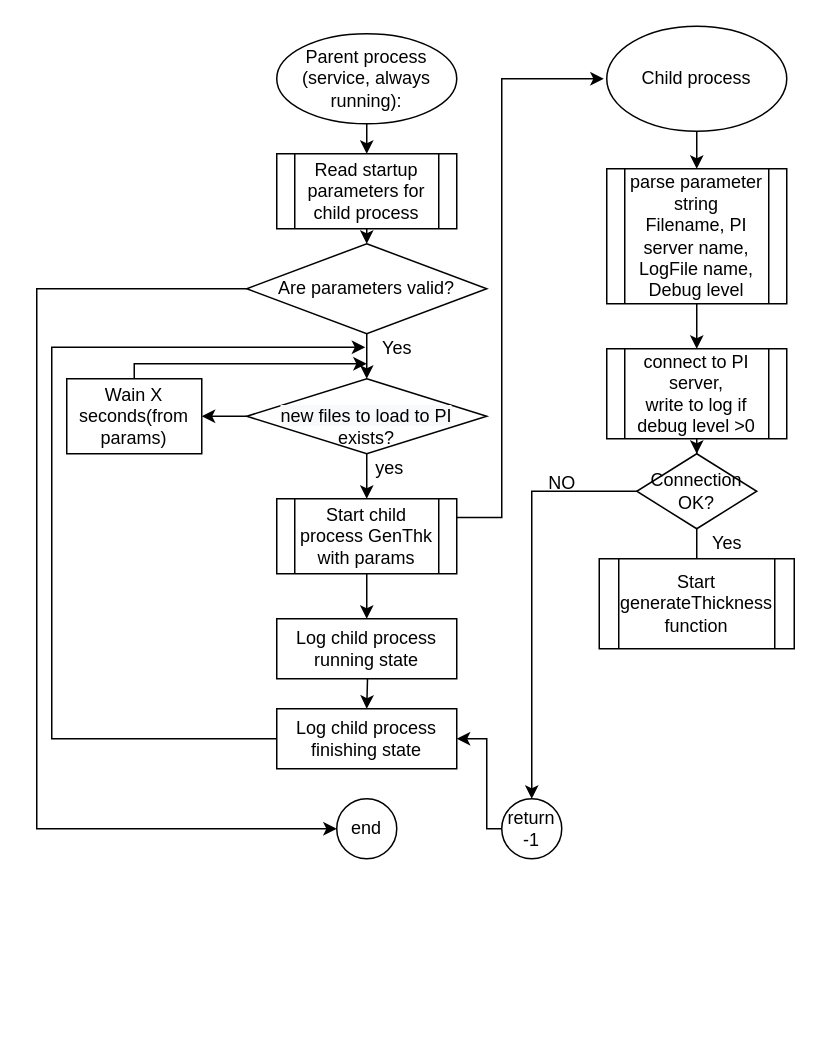
megavad/Diagrams keeps this draw.io diagram as page "Algo" (2 of 2) of GenThk.drawio. Above is the earlier version. Source tidied: cells renumbered, new cells numbered last; positions are measured from the earlier drawing's top-left corner, leaving out a move shared by most shapes. Both pictures are drawn from the tidied source at 150%, with x=0, y=0 at pixel (36, 26).
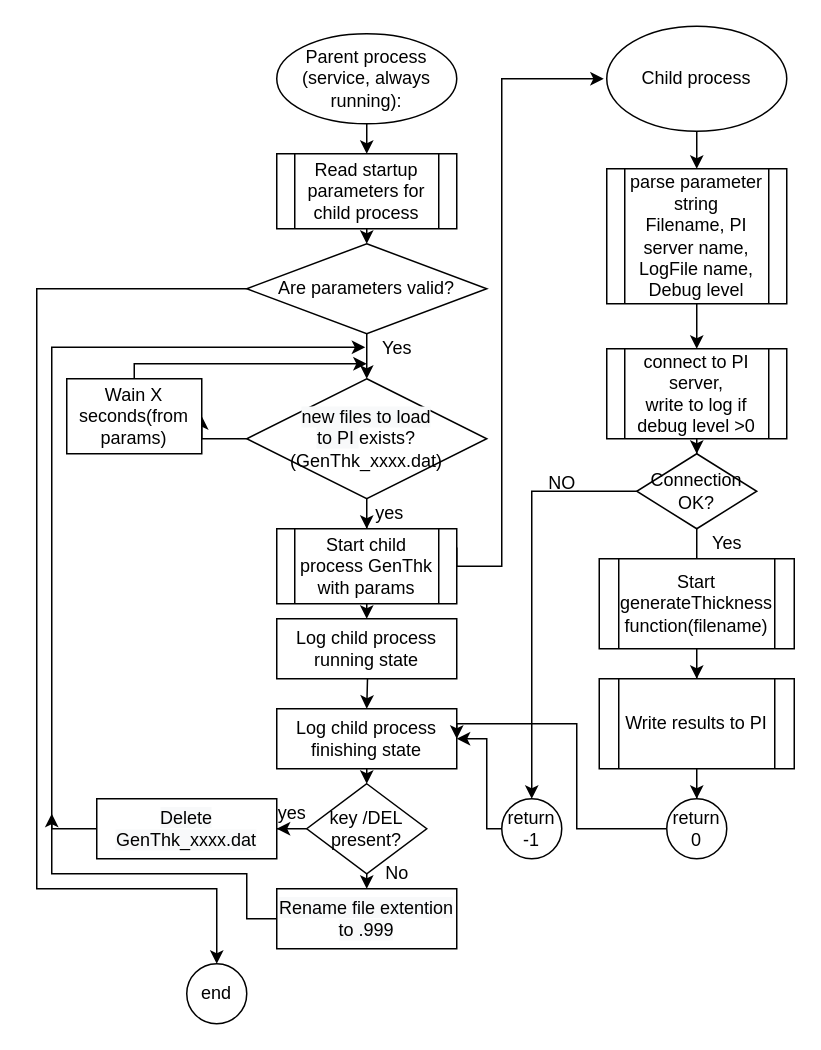
The same page after the edit.

The change refers to these unchanged cells:
```xml
<mxCell id="14" value="&lt;span&gt;Log child process finishing state&lt;/span&gt;" style="rounded=0;whiteSpace=wrap;html=1;" parent="1" vertex="1">
  <mxGeometry x="160" y="455" width="120" height="40" as="geometry" />
</mxCell>
<mxCell id="26" value="&lt;span&gt;Are parameters valid?&lt;/span&gt;" style="rhombus;whiteSpace=wrap;html=1;" parent="1" vertex="1">
  <mxGeometry x="140" y="145" width="160" height="60" as="geometry" />
</mxCell>
<mxCell id="27" value="Yes" style="text;html=1;align=center;verticalAlign=middle;points=[];strokeColor=none;" parent="1" vertex="1">
  <mxGeometry x="220" y="205" width="40" height="20" as="geometry" />
</mxCell>
```

Diff of the diagram source:
```diff
@@
     <mxCell id="8" style="edgeStyle=orthogonalEdgeStyle;rounded=0;jettySize=auto;html=1;exitX=1;exitY=0.25;exitDx=0;exitDy=0;" parent="1" edge="1" source="9">
       <mxGeometry relative="1" as="geometry">
         <mxPoint x="378" y="35" as="targetPoint" />
         <Array as="points">
-          <mxPoint x="310" y="328" />
+          <mxPoint x="280" y="360" />
+          <mxPoint x="310" y="360" />
           <mxPoint x="310" y="35" />
-          <mxPoint x="378" y="35" />
         </Array>
       </mxGeometry>
     </mxCell>
     <mxCell id="9" value="Start child process GenThk with params" style="shape=process;whiteSpace=wrap;html=1;backgroundOutline=1;" parent="1" vertex="1">
-      <mxGeometry x="160" y="315" width="120" height="50" as="geometry" />
+      <mxGeometry x="160" y="335" width="120" height="50" as="geometry" />
     </mxCell>
     <mxCell id="10" value="end" style="ellipse;whiteSpace=wrap;html=1;" parent="1" vertex="1">
-      <mxGeometry x="200" y="515" width="40" height="40" as="geometry" />
+      <mxGeometry x="100" y="625" width="40" height="40" as="geometry" />
     </mxCell>
@@
-    <mxCell id="13" style="edgeStyle=orthogonalEdgeStyle;rounded=0;jettySize=auto;html=1;exitX=0;exitY=0.5;exitDx=0;exitDy=0;entryX=-0.025;entryY=0.45;entryDx=0;entryDy=0;entryPerimeter=0;" parent="1" edge="1" source="14" target="27">
+    <mxCell id="13" style="edgeStyle=orthogonalEdgeStyle;rounded=0;jettySize=auto;html=1;exitX=0;exitY=0.5;exitDx=0;exitDy=0;entryX=-0.025;entryY=0.45;entryDx=0;entryDy=0;entryPerimeter=0;" parent="1" edge="1" source="44" target="27">
       <mxGeometry relative="1" as="geometry">
         <Array as="points">
-          <mxPoint x="10" y="475" />
+          <mxPoint x="10" y="535" />
           <mxPoint x="10" y="214" />
         </Array>
       </mxGeometry>
     </mxCell>
+    <mxCell id="38" style="edgeStyle=orthogonalEdgeStyle;rounded=0;jettySize=auto;html=1;exitX=0.5;exitY=1;exitDx=0;exitDy=0;entryX=0.5;entryY=0;entryDx=0;entryDy=0;" parent="1" edge="1" source="14" target="47">
+      <mxGeometry relative="1" as="geometry" />
+    </mxCell>
@@
-    <mxCell id="21" value="&lt;span style=&quot;color: rgb(0 , 0 , 0) ; font-family: &amp;#34;helvetica&amp;#34; ; font-size: 12px ; font-style: normal ; font-weight: 400 ; letter-spacing: normal ; text-align: center ; text-indent: 0px ; text-transform: none ; word-spacing: 0px ; background-color: rgb(248 , 249 , 250) ; display: inline ; float: none&quot;&gt;&lt;br&gt;new files to load to PI&lt;/span&gt;&lt;br&gt;exists?" style="rhombus;whiteSpace=wrap;html=1;" parent="1" vertex="1">
-      <mxGeometry x="140" y="235" width="160" height="50" as="geometry" />
+    <mxCell id="21" value="&lt;span style=&quot;color: rgb(0 , 0 , 0) ; font-family: &amp;#34;helvetica&amp;#34; ; font-size: 12px ; font-style: normal ; font-weight: 400 ; letter-spacing: normal ; text-align: center ; text-indent: 0px ; text-transform: none ; word-spacing: 0px ; background-color: rgb(248 , 249 , 250) ; display: inline ; float: none&quot;&gt;new files to load &lt;br&gt;to PI&amp;nbsp;&lt;/span&gt;exists? (GenThk_xxxx.dat)" style="rhombus;whiteSpace=wrap;html=1;" parent="1" vertex="1">
+      <mxGeometry x="140" y="235" width="160" height="80" as="geometry" />
     </mxCell>
     <mxCell id="22" value="yes" style="text;html=1;align=center;verticalAlign=middle;strokeColor=none;" parent="1" vertex="1">
-      <mxGeometry x="220" y="285" width="30" height="20" as="geometry" />
+      <mxGeometry x="220" y="315" width="30" height="20" as="geometry" />
     </mxCell>
@@
-    <mxCell id="25" style="edgeStyle=orthogonalEdgeStyle;rounded=0;jettySize=auto;html=1;exitX=0;exitY=0.5;exitDx=0;exitDy=0;entryX=0;entryY=0.5;entryDx=0;entryDy=0;" parent="1" edge="1" source="26" target="10">
+    <mxCell id="25" style="edgeStyle=orthogonalEdgeStyle;rounded=0;jettySize=auto;html=1;exitX=0;exitY=0.5;exitDx=0;exitDy=0;entryX=0.5;entryY=0;entryDx=0;entryDy=0;" parent="1" edge="1" source="26" target="10">
       <mxGeometry relative="1" as="geometry">
         <Array as="points">
           <mxPoint y="175" />
-          <mxPoint y="535" />
+          <mxPoint y="575" />
+          <mxPoint x="120" y="575" />
+          <mxPoint x="120" y="625" />
         </Array>
       </mxGeometry>
     </mxCell>
@@
+    <mxCell id="39" style="edgeStyle=orthogonalEdgeStyle;rounded=0;jettySize=auto;html=1;" parent="1" edge="1" source="37" target="41">
+      <mxGeometry relative="1" as="geometry" />
+    </mxCell>
-    <mxCell id="37" value="Start generateThickness function" style="shape=process;whiteSpace=wrap;html=1;backgroundOutline=1;" parent="1" vertex="1">
+    <mxCell id="37" value="Start generateThickness function(filename)" style="shape=process;whiteSpace=wrap;html=1;backgroundOutline=1;" parent="1" vertex="1">
       <mxGeometry x="375" y="355" width="130" height="60" as="geometry" />
     </mxCell>
+    <mxCell id="40" style="edgeStyle=orthogonalEdgeStyle;rounded=0;jettySize=auto;html=1;" parent="1" edge="1" source="41" target="43">
+      <mxGeometry relative="1" as="geometry" />
+    </mxCell>
+    <mxCell id="41" value="Write results to PI" style="shape=process;whiteSpace=wrap;html=1;backgroundOutline=1;" parent="1" vertex="1">
+      <mxGeometry x="375" y="435" width="130" height="60" as="geometry" />
+    </mxCell>
+    <mxCell id="42" style="edgeStyle=orthogonalEdgeStyle;rounded=0;jettySize=auto;html=1;entryX=1;entryY=0.5;entryDx=0;entryDy=0;" parent="1" edge="1" source="43" target="14">
+      <mxGeometry relative="1" as="geometry">
+        <Array as="points">
+          <mxPoint x="360" y="535" />
+          <mxPoint x="360" y="465" />
+          <mxPoint x="280" y="465" />
+        </Array>
+      </mxGeometry>
+    </mxCell>
+    <mxCell id="43" value="return 0" style="ellipse;whiteSpace=wrap;html=1;" parent="1" vertex="1">
+      <mxGeometry x="420" y="515" width="40" height="40" as="geometry" />
+    </mxCell>
+    <mxCell id="44" value="&lt;span style=&quot;color: rgb(0 , 0 , 0) ; font-family: &amp;#34;helvetica&amp;#34; ; font-size: 12px ; font-style: normal ; font-weight: 400 ; letter-spacing: normal ; text-align: center ; text-indent: 0px ; text-transform: none ; word-spacing: 0px ; background-color: rgb(248 , 249 , 250) ; display: inline ; float: none&quot;&gt;Delete GenThk_xxxx.dat&lt;/span&gt;" style="rounded=0;whiteSpace=wrap;html=1;" parent="1" vertex="1">
+      <mxGeometry x="40" y="515" width="120" height="40" as="geometry" />
+    </mxCell>
+    <mxCell id="45" style="edgeStyle=orthogonalEdgeStyle;rounded=0;jettySize=auto;html=1;exitX=0;exitY=0.5;exitDx=0;exitDy=0;" parent="1" edge="1" source="47" target="44">
+      <mxGeometry relative="1" as="geometry" />
+    </mxCell>
+    <mxCell id="46" style="edgeStyle=orthogonalEdgeStyle;rounded=0;jettySize=auto;html=1;exitX=0.5;exitY=1;exitDx=0;exitDy=0;entryX=0.5;entryY=0;entryDx=0;entryDy=0;" parent="1" edge="1" source="47" target="51">
+      <mxGeometry relative="1" as="geometry" />
+    </mxCell>
+    <mxCell id="47" value="key /DEL present?" style="rhombus;whiteSpace=wrap;html=1;" parent="1" vertex="1">
+      <mxGeometry x="180" y="505" width="80" height="60" as="geometry" />
+    </mxCell>
+    <mxCell id="48" style="edgeStyle=orthogonalEdgeStyle;rounded=0;orthogonalLoop=1;jettySize=auto;html=1;exitX=0.5;exitY=1;exitDx=0;exitDy=0;" parent="1" edge="1" source="14" target="14">
+      <mxGeometry relative="1" as="geometry" />
+    </mxCell>
+    <mxCell id="49" value="yes" style="text;html=1;align=center;verticalAlign=middle;strokeColor=none;" parent="1" vertex="1">
+      <mxGeometry x="155" y="515" width="30" height="20" as="geometry" />
+    </mxCell>
+    <mxCell id="50" style="edgeStyle=orthogonalEdgeStyle;rounded=0;jettySize=auto;html=1;" parent="1" edge="1" source="51">
+      <mxGeometry relative="1" as="geometry">
+        <mxPoint x="10" y="525" as="targetPoint" />
+        <Array as="points">
+          <mxPoint x="140" y="595" />
+          <mxPoint x="140" y="565" />
+          <mxPoint x="10" y="565" />
+        </Array>
+      </mxGeometry>
+    </mxCell>
+    <mxCell id="51" value="&lt;span style=&quot;color: rgb(0 , 0 , 0) ; font-family: &amp;#34;helvetica&amp;#34; ; font-size: 12px ; font-style: normal ; font-weight: 400 ; letter-spacing: normal ; text-align: center ; text-indent: 0px ; text-transform: none ; word-spacing: 0px ; background-color: rgb(248 , 249 , 250) ; display: inline ; float: none&quot;&gt;Rename file extention to .999&lt;/span&gt;" style="rounded=0;whiteSpace=wrap;html=1;" parent="1" vertex="1">
+      <mxGeometry x="160" y="575" width="120" height="40" as="geometry" />
+    </mxCell>
+    <mxCell id="52" value="No" style="text;html=1;align=center;verticalAlign=middle;strokeColor=none;" parent="1" vertex="1">
+      <mxGeometry x="225" y="555" width="30" height="20" as="geometry" />
+    </mxCell>
```
